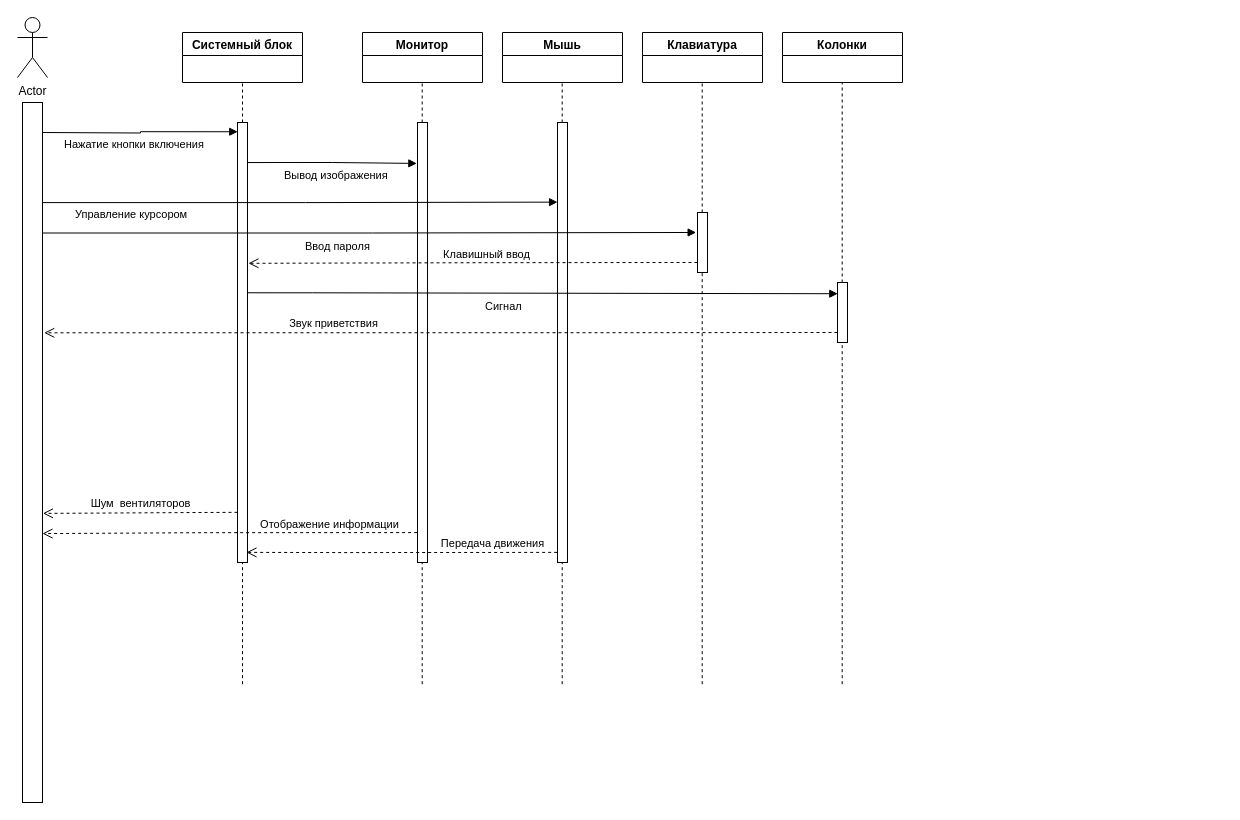
Before: Диаграмма взаимодействия персональный компьютер.drawio in Mansurov512/OOP_DZ, a draw.io diagram. Source tidied: cells renumbered, new cells numbered last; positions are measured from the earlier drawing's top-left corner, leaving out a move shared by most shapes. Both pictures are drawn from the tidied source at 100%, with x=0, y=0 at pixel (17, 17).
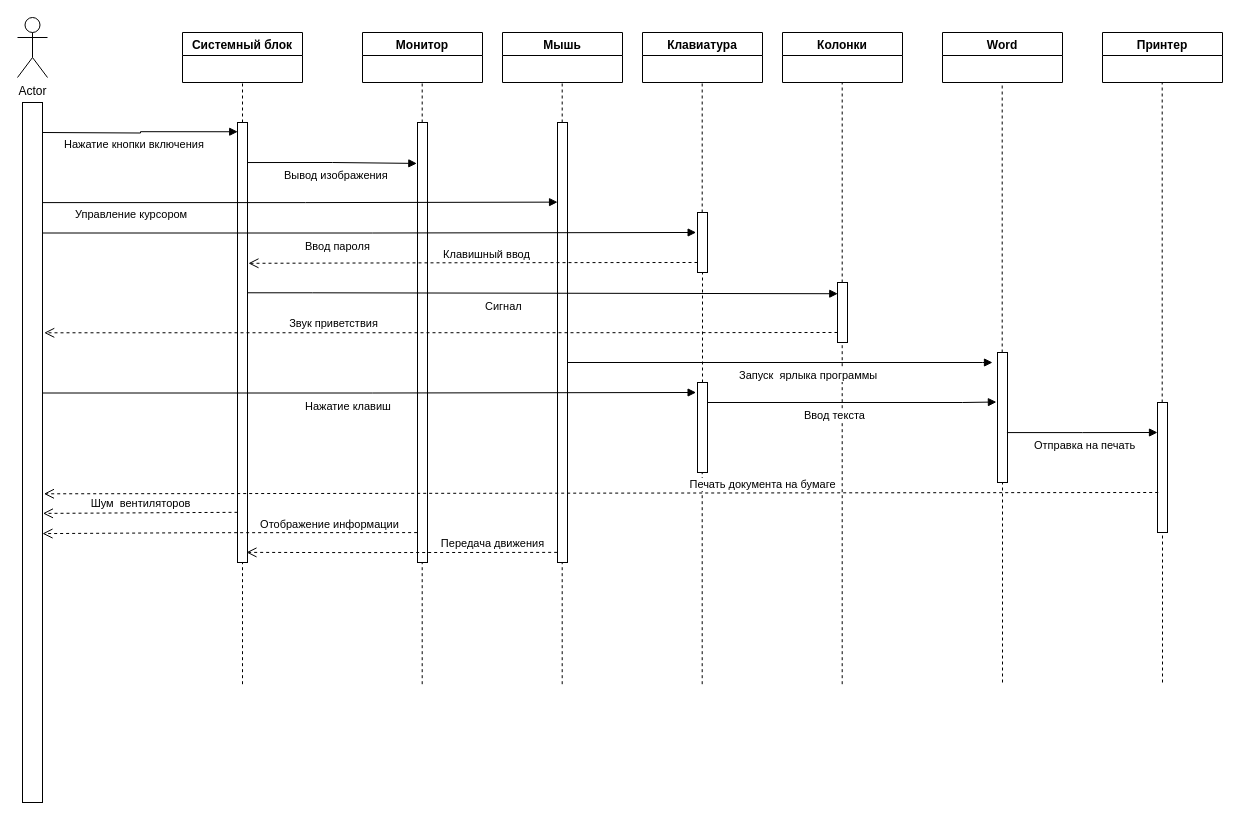
The same page after the edit.

Commit message:
Завершение отрисовки диаграммы

The change refers to these unchanged cells:
```xml
<mxCell id="3" style="rounded=0;whiteSpace=wrap;html=1;" parent="1" vertex="1">
  <mxGeometry x="5" y="85" width="20" height="700" as="geometry" />
</mxCell>
<mxCell id="27" style="html=1;points=[];perimeter=orthogonalPerimeter;" parent="1" vertex="1">
  <mxGeometry x="680" y="195" width="10" height="60" as="geometry" />
</mxCell>
```

Diff of the diagram source:
```diff
@@
-    <mxCell id="28" style="endArrow=none;dashed=1;html=1;rounded=0;" parent="1" edge="1" target="27">
-      <mxGeometry relative="1" as="geometry">
-        <mxPoint x="684.7" y="666.7" as="sourcePoint" />
-      </mxGeometry>
+    <mxCell id="28" style="endArrow=none;dashed=1;html=1;rounded=0;startArrow=none;" parent="1" edge="1" source="42" target="27">
+      <mxGeometry relative="1" as="geometry" />
     </mxCell>
@@
+    <mxCell id="34" value="Word" style="swimlane;" parent="1" vertex="1">
+      <mxGeometry x="925" y="15" width="120" height="50" as="geometry" />
+    </mxCell>
+    <mxCell id="35" style="endArrow=none;dashed=1;html=1;rounded=0;startArrow=none;" parent="1" edge="1" source="38">
+      <mxGeometry relative="1" as="geometry">
+        <mxPoint x="984.7" y="65" as="targetPoint" />
+      </mxGeometry>
+    </mxCell>
+    <mxCell id="36" value="Принтер" style="swimlane;" parent="1" vertex="1">
+      <mxGeometry x="1085" y="15" width="120" height="50" as="geometry" />
+    </mxCell>
+    <mxCell id="37" style="endArrow=none;dashed=1;html=1;rounded=0;startArrow=none;" parent="1" edge="1" source="45">
+      <mxGeometry relative="1" as="geometry">
+        <mxPoint x="1144.7" y="65" as="targetPoint" />
+      </mxGeometry>
+    </mxCell>
+    <mxCell id="38" style="html=1;points=[];perimeter=orthogonalPerimeter;" parent="1" vertex="1">
+      <mxGeometry x="980" y="335" width="10" height="130" as="geometry" />
+    </mxCell>
+    <mxCell id="39" style="endArrow=none;dashed=1;html=1;rounded=0;startArrow=none;" parent="1" edge="1" target="38">
+      <mxGeometry relative="1" as="geometry">
+        <mxPoint x="985" y="665" as="sourcePoint" />
+      </mxGeometry>
+    </mxCell>
+    <mxCell id="40" value="Запуск&amp;nbsp; ярлыка программы" style="endArrow=block;endFill=1;html=1;edgeStyle=orthogonalEdgeStyle;align=left;verticalAlign=top;rounded=0;exitX=1;exitY=0.387;exitDx=0;exitDy=0;exitPerimeter=0;" parent="1" edge="1">
+      <mxGeometry x="-0.2" relative="1" as="geometry">
+        <mxPoint x="550" y="345" as="sourcePoint" />
+        <mxPoint x="975" y="345" as="targetPoint" />
+        <Array as="points">
+          <mxPoint x="965" y="345" />
+        </Array>
+      </mxGeometry>
+    </mxCell>
+    <mxCell id="41" value="Нажатие клавиш" style="endArrow=block;endFill=1;html=1;edgeStyle=orthogonalEdgeStyle;align=left;verticalAlign=top;rounded=0;exitX=1.014;exitY=0.143;exitDx=0;exitDy=0;exitPerimeter=0;entryX=-0.136;entryY=0.333;entryDx=0;entryDy=0;entryPerimeter=0;" parent="1" edge="1">
+      <mxGeometry x="-0.2" relative="1" as="geometry">
+        <mxPoint x="25" y="375.5" as="sourcePoint" />
+        <mxPoint x="678.6" y="375" as="targetPoint" />
+        <Array as="points">
+          <mxPoint x="355" y="376" />
+        </Array>
+      </mxGeometry>
+    </mxCell>
+    <mxCell id="42" style="html=1;points=[];perimeter=orthogonalPerimeter;" parent="1" vertex="1">
+      <mxGeometry x="680" y="365" width="10" height="90" as="geometry" />
+    </mxCell>
+    <mxCell id="43" style="endArrow=none;dashed=1;html=1;rounded=0;" parent="1" edge="1" target="42">
+      <mxGeometry relative="1" as="geometry">
+        <mxPoint x="684.7" y="666.7" as="sourcePoint" />
+      </mxGeometry>
+    </mxCell>
+    <mxCell id="44" value="Ввод текста" style="endArrow=block;endFill=1;html=1;edgeStyle=orthogonalEdgeStyle;align=left;verticalAlign=top;rounded=0;exitX=1;exitY=0.387;exitDx=0;exitDy=0;exitPerimeter=0;entryX=-0.109;entryY=0.381;entryDx=0;entryDy=0;entryPerimeter=0;" parent="1" edge="1" target="38">
+      <mxGeometry x="-0.34" relative="1" as="geometry">
+        <mxPoint x="690" y="385" as="sourcePoint" />
+        <Array as="points">
+          <mxPoint x="945" y="385" />
+        </Array>
+      </mxGeometry>
+    </mxCell>
+    <mxCell id="45" style="html=1;points=[];perimeter=orthogonalPerimeter;" parent="1" vertex="1">
+      <mxGeometry x="1140" y="385" width="10" height="130" as="geometry" />
+    </mxCell>
+    <mxCell id="46" style="endArrow=none;dashed=1;html=1;rounded=0;startArrow=none;" parent="1" edge="1" target="45">
+      <mxGeometry relative="1" as="geometry">
+        <mxPoint x="1145" y="665" as="sourcePoint" />
+      </mxGeometry>
+    </mxCell>
+    <mxCell id="47" value="Отправка на печать" style="endArrow=block;endFill=1;html=1;edgeStyle=orthogonalEdgeStyle;align=left;verticalAlign=top;rounded=0;entryX=-0.109;entryY=0.381;entryDx=0;entryDy=0;entryPerimeter=0;exitX=0.945;exitY=0.616;exitDx=0;exitDy=0;exitPerimeter=0;" parent="1" edge="1" source="38">
+      <mxGeometry x="-0.66" relative="1" as="geometry">
+        <mxPoint x="1140" y="415" as="targetPoint" />
+      </mxGeometry>
+    </mxCell>
+    <mxCell id="48" value="Печать документа на бумаге" style="html=1;verticalAlign=bottom;endArrow=open;dashed=1;endSize=8;rounded=0;entryX=1.07;entryY=0.559;entryDx=0;entryDy=0;entryPerimeter=0;exitX=-0.034;exitY=0.977;exitDx=0;exitDy=0;exitPerimeter=0;" parent="1" edge="1" target="3">
+      <mxGeometry x="-0.29" y="1" relative="1" as="geometry">
+        <mxPoint x="1140.7" y="475" as="sourcePoint" />
+        <Array as="points">
+          <mxPoint x="930.7" y="475.2" />
+        </Array>
+      </mxGeometry>
+    </mxCell>
```
